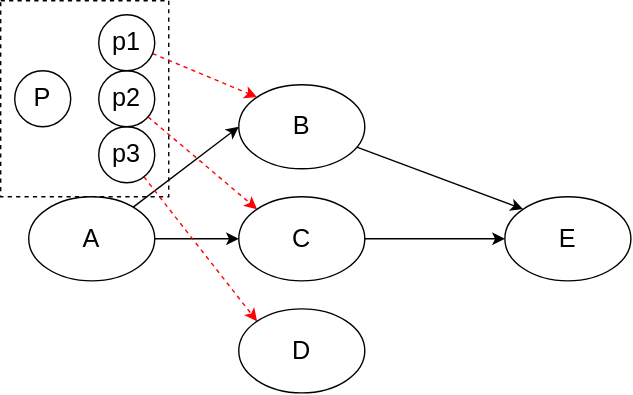
Before: 计算机相关知识/image/分组交换.drawio.svg, a diagram exported from draw.io (ddy95818/ddy95818.github.io). Source tidied: cells renumbered, new cells last; positions are measured from the earlier drawing's top-left corner, leaving out a move shared by most shapes. The source it was exported from:
```xml
<mxGraphModel>
  <root>
    <mxCell id="0" />
    <mxCell id="1" parent="0" />
    <mxCell id="2" style="rounded=0;whiteSpace=wrap;html=1;fontSize=18;dashed=1;" parent="1" vertex="1">
      <mxGeometry width="120" height="140" as="geometry" />
    </mxCell>
    <mxCell id="3" style="rounded=0;jettySize=auto;html=1;entryX=0;entryY=0.5;entryDx=0;entryDy=0;fontSize=18;" parent="1" edge="1" source="6" target="12">
      <mxGeometry relative="1" as="geometry" />
    </mxCell>
    <mxCell id="4" style="edgeStyle=none;rounded=0;jettySize=auto;html=1;fontSize=18;" parent="1" edge="1" source="6" target="10">
      <mxGeometry relative="1" as="geometry" />
    </mxCell>
    <mxCell id="5" style="edgeStyle=none;rounded=0;jettySize=auto;html=1;entryX=0;entryY=0.5;entryDx=0;entryDy=0;fontSize=18;strokeWidth=1;strokeColor=#FFFFFF;" parent="1" edge="1" source="6" target="8">
      <mxGeometry relative="1" as="geometry" />
    </mxCell>
    <mxCell id="6" value="A" style="ellipse;whiteSpace=wrap;html=1;fontSize=18;" parent="1" vertex="1">
      <mxGeometry x="20" y="140" width="90" height="60" as="geometry" />
    </mxCell>
    <mxCell id="7" style="edgeStyle=none;rounded=0;jettySize=auto;html=1;entryX=0;entryY=1;entryDx=0;entryDy=0;fontSize=18;strokeWidth=1;strokeColor=#FFFFFF;" parent="1" edge="1" source="8" target="13">
      <mxGeometry relative="1" as="geometry" />
    </mxCell>
    <mxCell id="8" value="D" style="ellipse;whiteSpace=wrap;html=1;fontSize=18;" parent="1" vertex="1">
      <mxGeometry x="170" y="220" width="90" height="60" as="geometry" />
    </mxCell>
    <mxCell id="9" style="edgeStyle=none;rounded=0;jettySize=auto;html=1;fontSize=18;" parent="1" edge="1" source="10" target="13">
      <mxGeometry relative="1" as="geometry" />
    </mxCell>
    <mxCell id="10" value="C" style="ellipse;whiteSpace=wrap;html=1;fontSize=18;" parent="1" vertex="1">
      <mxGeometry x="170" y="140" width="90" height="60" as="geometry" />
    </mxCell>
    <mxCell id="11" style="edgeStyle=none;rounded=0;jettySize=auto;html=1;entryX=0;entryY=0;entryDx=0;entryDy=0;fontSize=18;" parent="1" edge="1" source="12" target="13">
      <mxGeometry relative="1" as="geometry" />
    </mxCell>
    <mxCell id="12" value="B" style="ellipse;whiteSpace=wrap;html=1;fontSize=18;" parent="1" vertex="1">
      <mxGeometry x="170" y="60" width="90" height="60" as="geometry" />
    </mxCell>
    <mxCell id="13" value="E" style="ellipse;whiteSpace=wrap;html=1;fontSize=18;" parent="1" vertex="1">
      <mxGeometry x="360" y="140" width="90" height="60" as="geometry" />
    </mxCell>
    <mxCell id="14" style="edgeStyle=none;rounded=0;jettySize=auto;html=1;entryX=0;entryY=0.5;entryDx=0;entryDy=0;fontSize=18;strokeColor=#FFFFFF;strokeWidth=1;" parent="1" edge="1" source="17" target="23">
      <mxGeometry relative="1" as="geometry" />
    </mxCell>
    <mxCell id="15" style="edgeStyle=none;rounded=0;jettySize=auto;html=1;entryX=0;entryY=0.5;entryDx=0;entryDy=0;fontSize=18;strokeColor=#FFFFFF;strokeWidth=1;" parent="1" edge="1" source="17" target="21">
      <mxGeometry relative="1" as="geometry" />
    </mxCell>
    <mxCell id="16" style="edgeStyle=none;rounded=0;jettySize=auto;html=1;entryX=0;entryY=0.5;entryDx=0;entryDy=0;fontSize=18;strokeColor=#FFFFFF;strokeWidth=1;" parent="1" edge="1" source="17" target="19">
      <mxGeometry relative="1" as="geometry" />
    </mxCell>
    <mxCell id="17" value="P" style="ellipse;whiteSpace=wrap;html=1;fontSize=18;" parent="1" vertex="1">
      <mxGeometry x="10" y="50" width="40" height="40" as="geometry" />
    </mxCell>
    <mxCell id="18" style="edgeStyle=none;rounded=0;jettySize=auto;html=1;entryX=0;entryY=0;entryDx=0;entryDy=0;dashed=1;fontSize=18;strokeColor=#FF0000;strokeWidth=1;" parent="1" edge="1" source="19" target="8">
      <mxGeometry relative="1" as="geometry" />
    </mxCell>
    <mxCell id="19" value="p3" style="ellipse;whiteSpace=wrap;html=1;fontSize=18;" parent="1" vertex="1">
      <mxGeometry x="70" y="90" width="40" height="40" as="geometry" />
    </mxCell>
    <mxCell id="20" style="edgeStyle=none;rounded=0;jettySize=auto;html=1;entryX=0;entryY=0;entryDx=0;entryDy=0;dashed=1;fontSize=18;strokeColor=#FF0000;strokeWidth=1;" parent="1" edge="1" source="21" target="10">
      <mxGeometry relative="1" as="geometry" />
    </mxCell>
    <mxCell id="21" value="p2" style="ellipse;whiteSpace=wrap;html=1;fontSize=18;" parent="1" vertex="1">
      <mxGeometry x="70" y="50" width="40" height="40" as="geometry" />
    </mxCell>
    <mxCell id="22" style="edgeStyle=none;rounded=0;jettySize=auto;html=1;entryX=0;entryY=0;entryDx=0;entryDy=0;fontSize=18;strokeWidth=1;strokeColor=#FF0000;dashed=1;" parent="1" edge="1" source="23" target="12">
      <mxGeometry relative="1" as="geometry" />
    </mxCell>
    <mxCell id="23" value="p1" style="ellipse;whiteSpace=wrap;html=1;fontSize=18;" parent="1" vertex="1">
      <mxGeometry x="70" y="10" width="40" height="40" as="geometry" />
    </mxCell>
  </root>
</mxGraphModel>
```
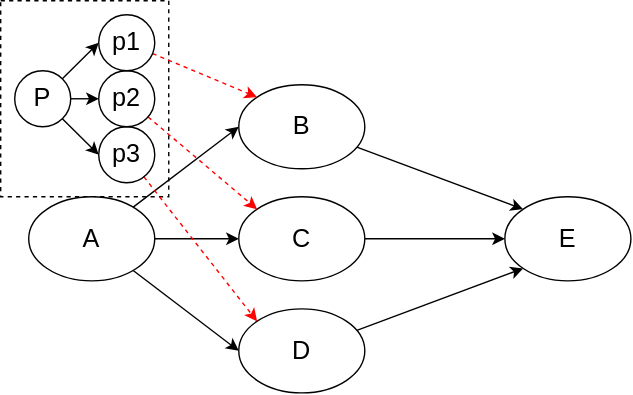
Above is the later version.

Commit message:
add 计算机相关知识

Change to the diagram source:
```diff
@@ -11,13 +11,13 @@
     <mxCell id="4" style="edgeStyle=none;rounded=0;jettySize=auto;html=1;fontSize=18;" parent="1" edge="1" source="6" target="10">
       <mxGeometry relative="1" as="geometry" />
     </mxCell>
-    <mxCell id="5" style="edgeStyle=none;rounded=0;jettySize=auto;html=1;entryX=0;entryY=0.5;entryDx=0;entryDy=0;fontSize=18;strokeWidth=1;strokeColor=#FFFFFF;" parent="1" edge="1" source="6" target="8">
+    <mxCell id="5" style="edgeStyle=none;rounded=0;jettySize=auto;html=1;entryX=0;entryY=0.5;entryDx=0;entryDy=0;fontSize=18;strokeWidth=1;" parent="1" edge="1" source="6" target="8">
       <mxGeometry relative="1" as="geometry" />
     </mxCell>
     <mxCell id="6" value="A" style="ellipse;whiteSpace=wrap;html=1;fontSize=18;" parent="1" vertex="1">
       <mxGeometry x="20" y="140" width="90" height="60" as="geometry" />
     </mxCell>
-    <mxCell id="7" style="edgeStyle=none;rounded=0;jettySize=auto;html=1;entryX=0;entryY=1;entryDx=0;entryDy=0;fontSize=18;strokeWidth=1;strokeColor=#FFFFFF;" parent="1" edge="1" source="8" target="13">
+    <mxCell id="7" style="edgeStyle=none;rounded=0;jettySize=auto;html=1;entryX=0;entryY=1;entryDx=0;entryDy=0;fontSize=18;strokeWidth=1;" parent="1" edge="1" source="8" target="13">
       <mxGeometry relative="1" as="geometry" />
     </mxCell>
     <mxCell id="8" value="D" style="ellipse;whiteSpace=wrap;html=1;fontSize=18;" parent="1" vertex="1">
@@ -38,13 +38,13 @@
     <mxCell id="13" value="E" style="ellipse;whiteSpace=wrap;html=1;fontSize=18;" parent="1" vertex="1">
       <mxGeometry x="360" y="140" width="90" height="60" as="geometry" />
     </mxCell>
-    <mxCell id="14" style="edgeStyle=none;rounded=0;jettySize=auto;html=1;entryX=0;entryY=0.5;entryDx=0;entryDy=0;fontSize=18;strokeColor=#FFFFFF;strokeWidth=1;" parent="1" edge="1" source="17" target="23">
+    <mxCell id="14" style="edgeStyle=none;rounded=0;jettySize=auto;html=1;entryX=0;entryY=0.5;entryDx=0;entryDy=0;fontSize=18;strokeWidth=1;" parent="1" edge="1" source="17" target="23">
       <mxGeometry relative="1" as="geometry" />
     </mxCell>
-    <mxCell id="15" style="edgeStyle=none;rounded=0;jettySize=auto;html=1;entryX=0;entryY=0.5;entryDx=0;entryDy=0;fontSize=18;strokeColor=#FFFFFF;strokeWidth=1;" parent="1" edge="1" source="17" target="21">
+    <mxCell id="15" style="edgeStyle=none;rounded=0;jettySize=auto;html=1;entryX=0;entryY=0.5;entryDx=0;entryDy=0;fontSize=18;strokeWidth=1;" parent="1" edge="1" source="17" target="21">
       <mxGeometry relative="1" as="geometry" />
     </mxCell>
-    <mxCell id="16" style="edgeStyle=none;rounded=0;jettySize=auto;html=1;entryX=0;entryY=0.5;entryDx=0;entryDy=0;fontSize=18;strokeColor=#FFFFFF;strokeWidth=1;" parent="1" edge="1" source="17" target="19">
+    <mxCell id="16" style="edgeStyle=none;rounded=0;jettySize=auto;html=1;entryX=0;entryY=0.5;entryDx=0;entryDy=0;fontSize=18;strokeWidth=1;" parent="1" edge="1" source="17" target="19">
       <mxGeometry relative="1" as="geometry" />
     </mxCell>
     <mxCell id="17" value="P" style="ellipse;whiteSpace=wrap;html=1;fontSize=18;" parent="1" vertex="1">
```
